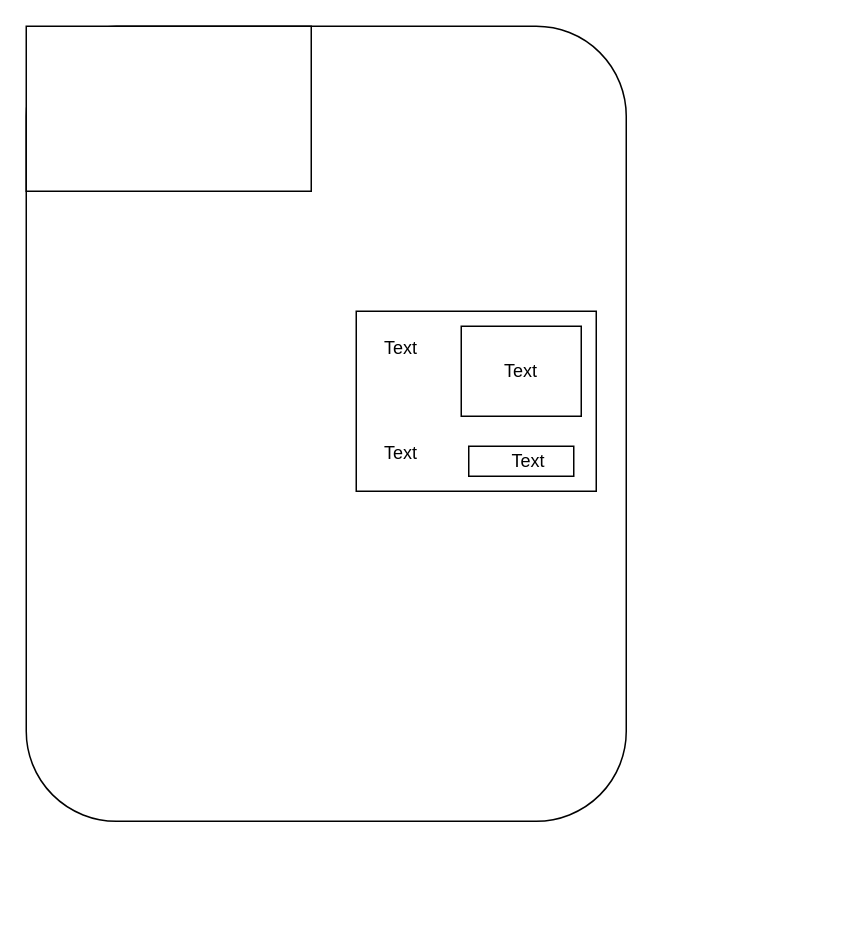
Earlier version of the draw.io diagram reflow-18-oct.drawio (solving321/draw.io). Source tidied: cells renumbered, new cells numbered last; positions are measured from the earlier drawing's top-left corner, leaving out a move shared by most shapes. Both pictures are drawn from the tidied source at 150%, with x=0, y=0 at pixel (26, 26).
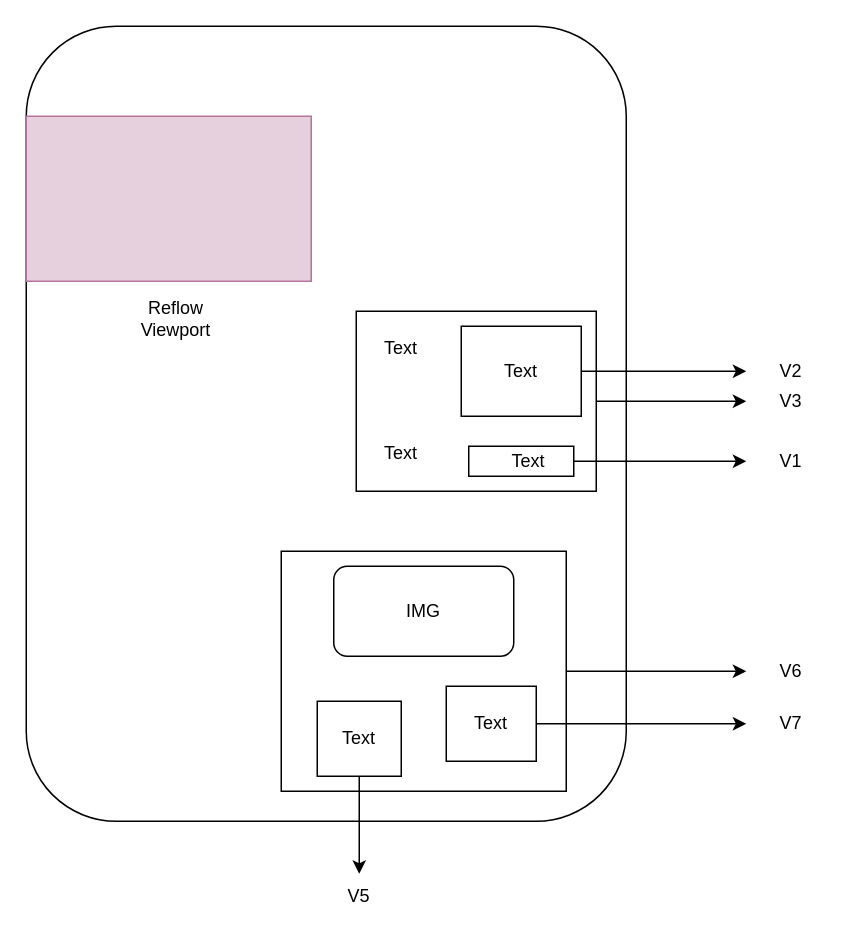
After the change.

The change refers to these unchanged cells:
```xml
<mxCell id="4" style="rounded=0;whiteSpace=wrap;html=1;" parent="1" vertex="1">
  <mxGeometry x="220" y="190" width="160" height="120" as="geometry" />
</mxCell>
<mxCell id="7" style="rounded=0;whiteSpace=wrap;html=1;" parent="1" vertex="1">
  <mxGeometry x="290" y="200" width="80" height="60" as="geometry" />
</mxCell>
<mxCell id="10" value="Text" style="text;html=1;align=center;verticalAlign=middle;whiteSpace=wrap;rounded=0;" parent="1" vertex="1">
  <mxGeometry x="305" y="285" width="60" height="10" as="geometry" />
</mxCell>
```

Diff of the diagram source:
```diff
@@
-    <mxCell id="3" style="rounded=0;whiteSpace=wrap;html=1;" parent="1" vertex="1">
-      <mxGeometry width="190" height="110" as="geometry" />
+    <mxCell id="3" style="rounded=0;whiteSpace=wrap;html=1;strokeColor=#B5739D;fillColor=#E6D0DE;" parent="1" vertex="1">
+      <mxGeometry y="60" width="190" height="110" as="geometry" />
     </mxCell>
+    <mxCell id="11" style="edgeStyle=orthogonalEdgeStyle;rounded=0;jettySize=auto;html=1;" parent="1" edge="1" source="4">
+      <mxGeometry relative="1" as="geometry">
+        <mxPoint x="480" y="250" as="targetPoint" />
+      </mxGeometry>
+    </mxCell>
@@
+    <mxCell id="12" style="edgeStyle=orthogonalEdgeStyle;rounded=0;jettySize=auto;html=1;" parent="1" edge="1" source="7">
+      <mxGeometry relative="1" as="geometry">
+        <mxPoint x="480" y="230" as="targetPoint" />
+      </mxGeometry>
+    </mxCell>
@@
+    <mxCell id="13" style="edgeStyle=orthogonalEdgeStyle;rounded=0;jettySize=auto;html=1;" parent="1" edge="1" source="10">
+      <mxGeometry relative="1" as="geometry">
+        <mxPoint x="480" y="290" as="targetPoint" />
+      </mxGeometry>
+    </mxCell>
@@
+    <mxCell id="14" value="Reflow Viewport" style="text;html=1;align=center;verticalAlign=middle;whiteSpace=wrap;rounded=0;" parent="1" vertex="1">
+      <mxGeometry x="70" y="180" width="60" height="30" as="geometry" />
+    </mxCell>
+    <mxCell id="15" value="V3" style="text;html=1;align=center;verticalAlign=middle;whiteSpace=wrap;rounded=0;" parent="1" vertex="1">
+      <mxGeometry x="480" y="235" width="60" height="30" as="geometry" />
+    </mxCell>
+    <mxCell id="16" value="V2" style="text;html=1;align=center;verticalAlign=middle;whiteSpace=wrap;rounded=0;" parent="1" vertex="1">
+      <mxGeometry x="480" y="215" width="60" height="30" as="geometry" />
+    </mxCell>
+    <mxCell id="17" style="edgeStyle=orthogonalEdgeStyle;rounded=0;jettySize=auto;html=1;" parent="1" edge="1" source="18">
+      <mxGeometry relative="1" as="geometry">
+        <mxPoint x="480" y="430" as="targetPoint" />
+      </mxGeometry>
+    </mxCell>
+    <mxCell id="18" style="rounded=0;whiteSpace=wrap;html=1;" parent="1" vertex="1">
+      <mxGeometry x="170" y="350" width="190" height="160" as="geometry" />
+    </mxCell>
+    <mxCell id="19" value="V1" style="text;html=1;align=center;verticalAlign=middle;whiteSpace=wrap;rounded=0;" parent="1" vertex="1">
+      <mxGeometry x="480" y="275" width="60" height="30" as="geometry" />
+    </mxCell>
+    <mxCell id="20" value="IMG" style="rounded=1;whiteSpace=wrap;html=1;" parent="1" vertex="1">
+      <mxGeometry x="205" y="360" width="120" height="60" as="geometry" />
+    </mxCell>
+    <mxCell id="21" style="edgeStyle=orthogonalEdgeStyle;rounded=0;jettySize=auto;html=1;" parent="1" edge="1" source="22" target="25">
+      <mxGeometry relative="1" as="geometry" />
+    </mxCell>
+    <mxCell id="22" value="Text" style="rounded=0;whiteSpace=wrap;html=1;" parent="1" vertex="1">
+      <mxGeometry x="194" y="450" width="56" height="50" as="geometry" />
+    </mxCell>
+    <mxCell id="23" style="edgeStyle=orthogonalEdgeStyle;rounded=0;jettySize=auto;html=1;" parent="1" edge="1" source="24">
+      <mxGeometry relative="1" as="geometry">
+        <mxPoint x="480" y="465" as="targetPoint" />
+      </mxGeometry>
+    </mxCell>
+    <mxCell id="24" value="Text" style="rounded=0;whiteSpace=wrap;html=1;" parent="1" vertex="1">
+      <mxGeometry x="280" y="440" width="60" height="50" as="geometry" />
+    </mxCell>
+    <mxCell id="25" value="V5" style="text;html=1;align=center;verticalAlign=middle;whiteSpace=wrap;rounded=0;" parent="1" vertex="1">
+      <mxGeometry x="192" y="565" width="60" height="30" as="geometry" />
+    </mxCell>
+    <mxCell id="26" value="V6" style="text;html=1;align=center;verticalAlign=middle;whiteSpace=wrap;rounded=0;" parent="1" vertex="1">
+      <mxGeometry x="480" y="415" width="60" height="30" as="geometry" />
+    </mxCell>
+    <mxCell id="27" value="V7" style="text;html=1;align=center;verticalAlign=middle;whiteSpace=wrap;rounded=0;" parent="1" vertex="1">
+      <mxGeometry x="480" y="450" width="60" height="30" as="geometry" />
+    </mxCell>
```
